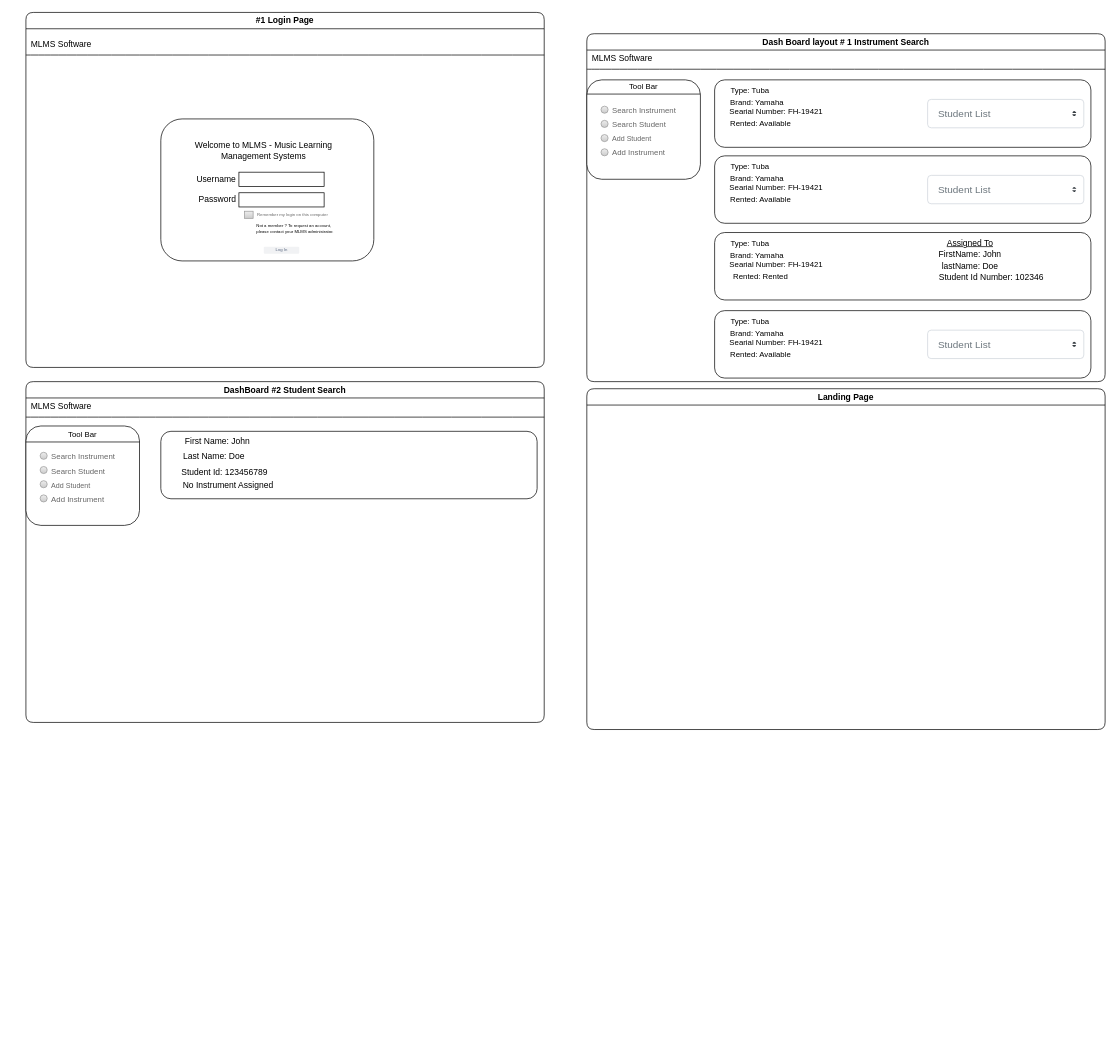
rpdavila/atlas keeps this draw.io diagram as page "Teacher's Dashboard" (2 of 2) of src/business-map/business_functionailty.drawio. Above is the earlier version. Source tidied: cells renumbered, new cells numbered last; positions are measured from the earlier drawing's top-left corner, leaving out a move shared by most shapes. Both pictures are drawn from the tidied source at 71%, with x=0, y=0 at pixel (26, 12).
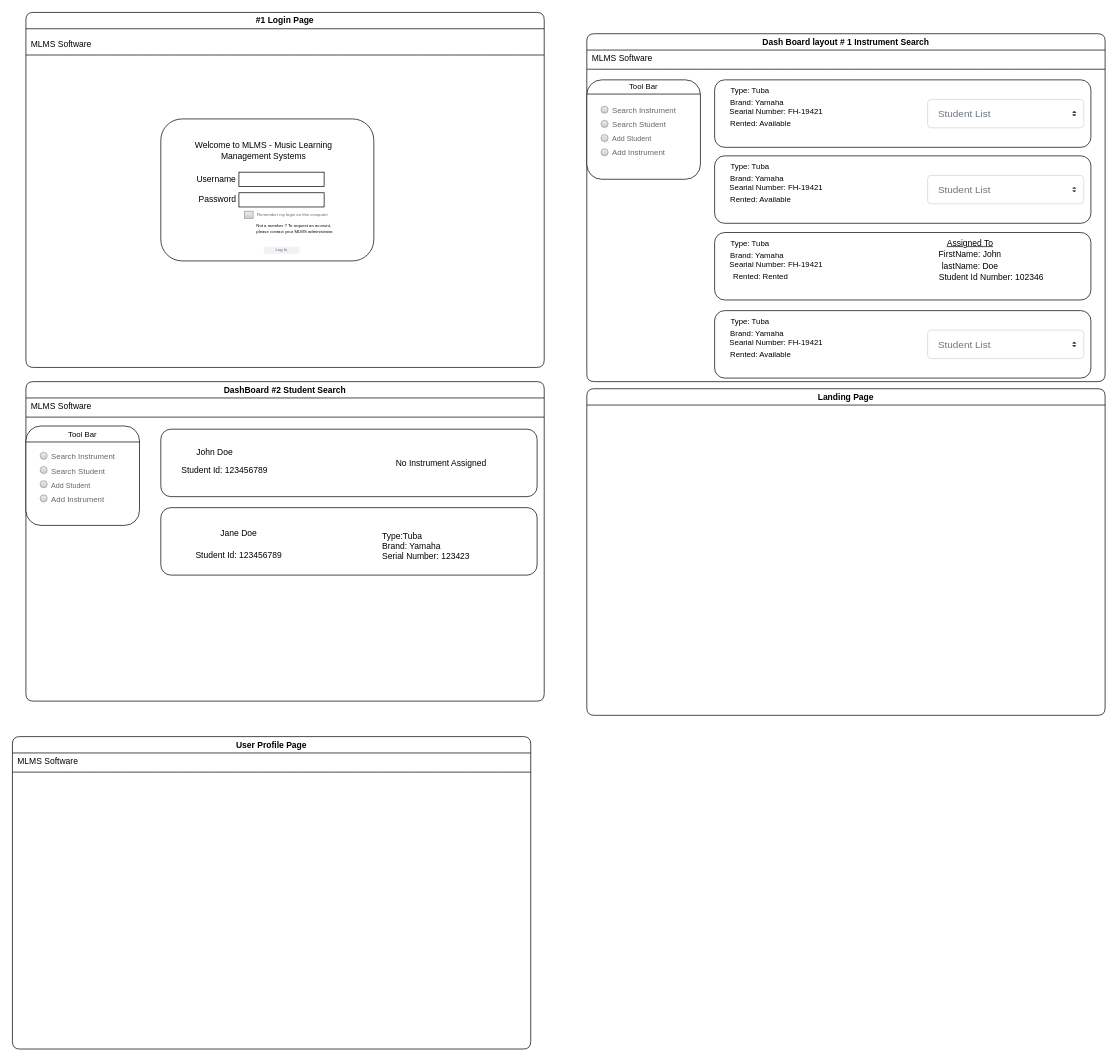
Above is the later version.

The edit, as a diff of the source:
```diff
@@
     <mxCell id="14" value="DashBoard #2 Student Search" style="swimlane;whiteSpace=wrap;html=1;rounded=1;startSize=23;" parent="1" vertex="1">
-      <mxGeometry y="520" width="730" height="480" as="geometry" />
+      <mxGeometry y="520" width="730" height="450" as="geometry" />
     </mxCell>
@@
     <mxCell id="26" style="group;" parent="14" vertex="1">
-      <mxGeometry x="190" y="70" width="530" height="95" as="geometry" />
+      <mxGeometry x="190" y="67" width="530" height="95" as="geometry" />
     </mxCell>
@@
-    <mxCell id="28" value="Last Name: Doe" style="text;html=1;strokeColor=none;fillColor=none;align=center;verticalAlign=middle;whiteSpace=wrap;rounded=0;" parent="26" vertex="1">
-      <mxGeometry x="20" y="20" width="110" height="30" as="geometry" />
-    </mxCell>
@@
     <mxCell id="30" value="No Instrument Assigned" style="text;html=1;strokeColor=none;fillColor=none;align=center;verticalAlign=middle;whiteSpace=wrap;rounded=0;" parent="26" vertex="1">
-      <mxGeometry x="10" y="62" width="170" height="30" as="geometry" />
+      <mxGeometry x="310" y="32.5" width="170" height="30" as="geometry" />
     </mxCell>
-    <mxCell id="31" value="First Name: John" style="text;html=1;strokeColor=none;fillColor=none;align=center;verticalAlign=middle;whiteSpace=wrap;rounded=0;" parent="14" vertex="1">
-      <mxGeometry x="210" y="70" width="120" height="30" as="geometry" />
+    <mxCell id="31" value="John Doe" style="text;html=1;strokeColor=none;fillColor=none;align=center;verticalAlign=middle;whiteSpace=wrap;rounded=0;" parent="14" vertex="1">
+      <mxGeometry x="206" y="85" width="120" height="30" as="geometry" />
     </mxCell>
+    <mxCell id="84" style="group;" parent="14" vertex="1">
+      <mxGeometry x="190" y="177.5" width="530" height="95" as="geometry" />
+    </mxCell>
+    <mxCell id="85" style="rounded=1;whiteSpace=wrap;html=1;shadow=0;glass=0;strokeWidth=1;fontSize=11;" parent="84" vertex="1">
+      <mxGeometry width="530" height="95" as="geometry" />
+    </mxCell>
+    <mxCell id="86" value="Student Id: 123456789" style="text;html=1;strokeColor=none;fillColor=none;align=center;verticalAlign=middle;whiteSpace=wrap;rounded=0;" parent="84" vertex="1">
+      <mxGeometry x="30" y="52.5" width="160" height="30" as="geometry" />
+    </mxCell>
+    <mxCell id="87" value="Type:Tuba&lt;br&gt;Brand: Yamaha&lt;br&gt;Serial Number: 123423" style="text;html=1;strokeColor=none;fillColor=none;align=left;verticalAlign=left;whiteSpace=wrap;rounded=0;" parent="84" vertex="1">
+      <mxGeometry x="310" y="21.2" width="170" height="52.5" as="geometry" />
+    </mxCell>
+    <mxCell id="88" value="Jane Doe" style="text;html=1;strokeColor=none;fillColor=none;align=center;verticalAlign=middle;whiteSpace=wrap;rounded=0;" parent="84" vertex="1">
+      <mxGeometry x="50" y="21.2" width="120" height="30" as="geometry" />
+    </mxCell>
     <mxCell id="32" value="Landing Page" style="swimlane;whiteSpace=wrap;html=1;rounded=1;startSize=23;" parent="1" vertex="1">
-      <mxGeometry x="790" y="530" width="730" height="480" as="geometry" />
+      <mxGeometry x="790" y="530" width="730" height="460" as="geometry" />
     </mxCell>
@@
+    <mxCell id="89" value="User Profile Page" style="swimlane;whiteSpace=wrap;html=1;rounded=1;startSize=23;" parent="1" vertex="1">
+      <mxGeometry x="-19" y="1020" width="730" height="440" as="geometry" />
+    </mxCell>
+    <mxCell id="90" style="group;" parent="89" vertex="1">
+      <mxGeometry y="20" width="730" height="30" as="geometry" />
+    </mxCell>
+    <mxCell id="91" value="MLMS Software" style="text;html=1;strokeColor=none;fillColor=none;align=center;verticalAlign=middle;whiteSpace=wrap;rounded=0;" parent="90" vertex="1">
+      <mxGeometry width="100" height="30" as="geometry" />
+    </mxCell>
+    <mxCell id="92" style="endArrow=none;html=1;rounded=1;curved=1;exitX=0;exitY=1;exitDx=0;exitDy=0;" parent="90" edge="1" source="91">
+      <mxGeometry relative="1" as="geometry">
+        <mxPoint x="730" y="30" as="targetPoint" />
+      </mxGeometry>
+    </mxCell>
```
